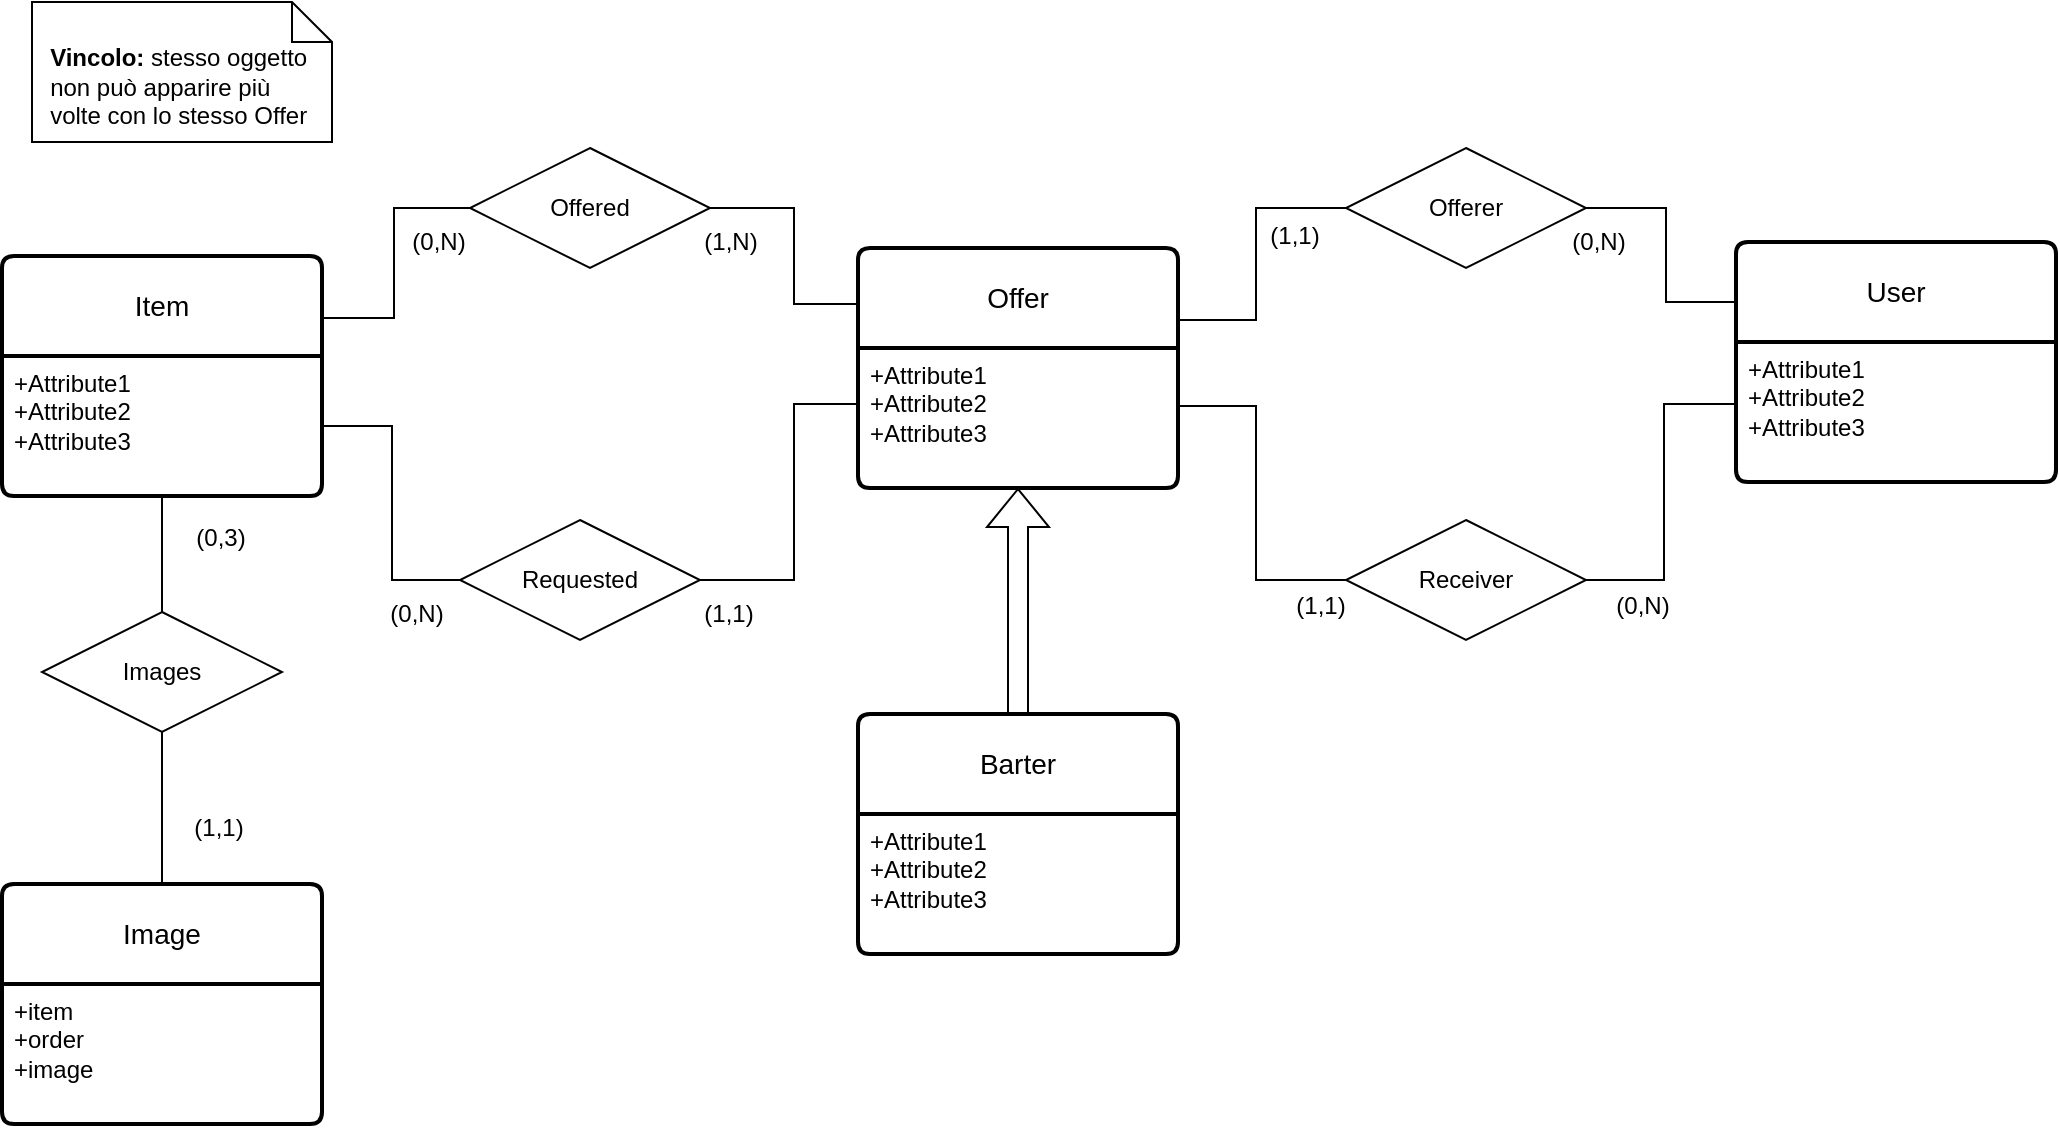
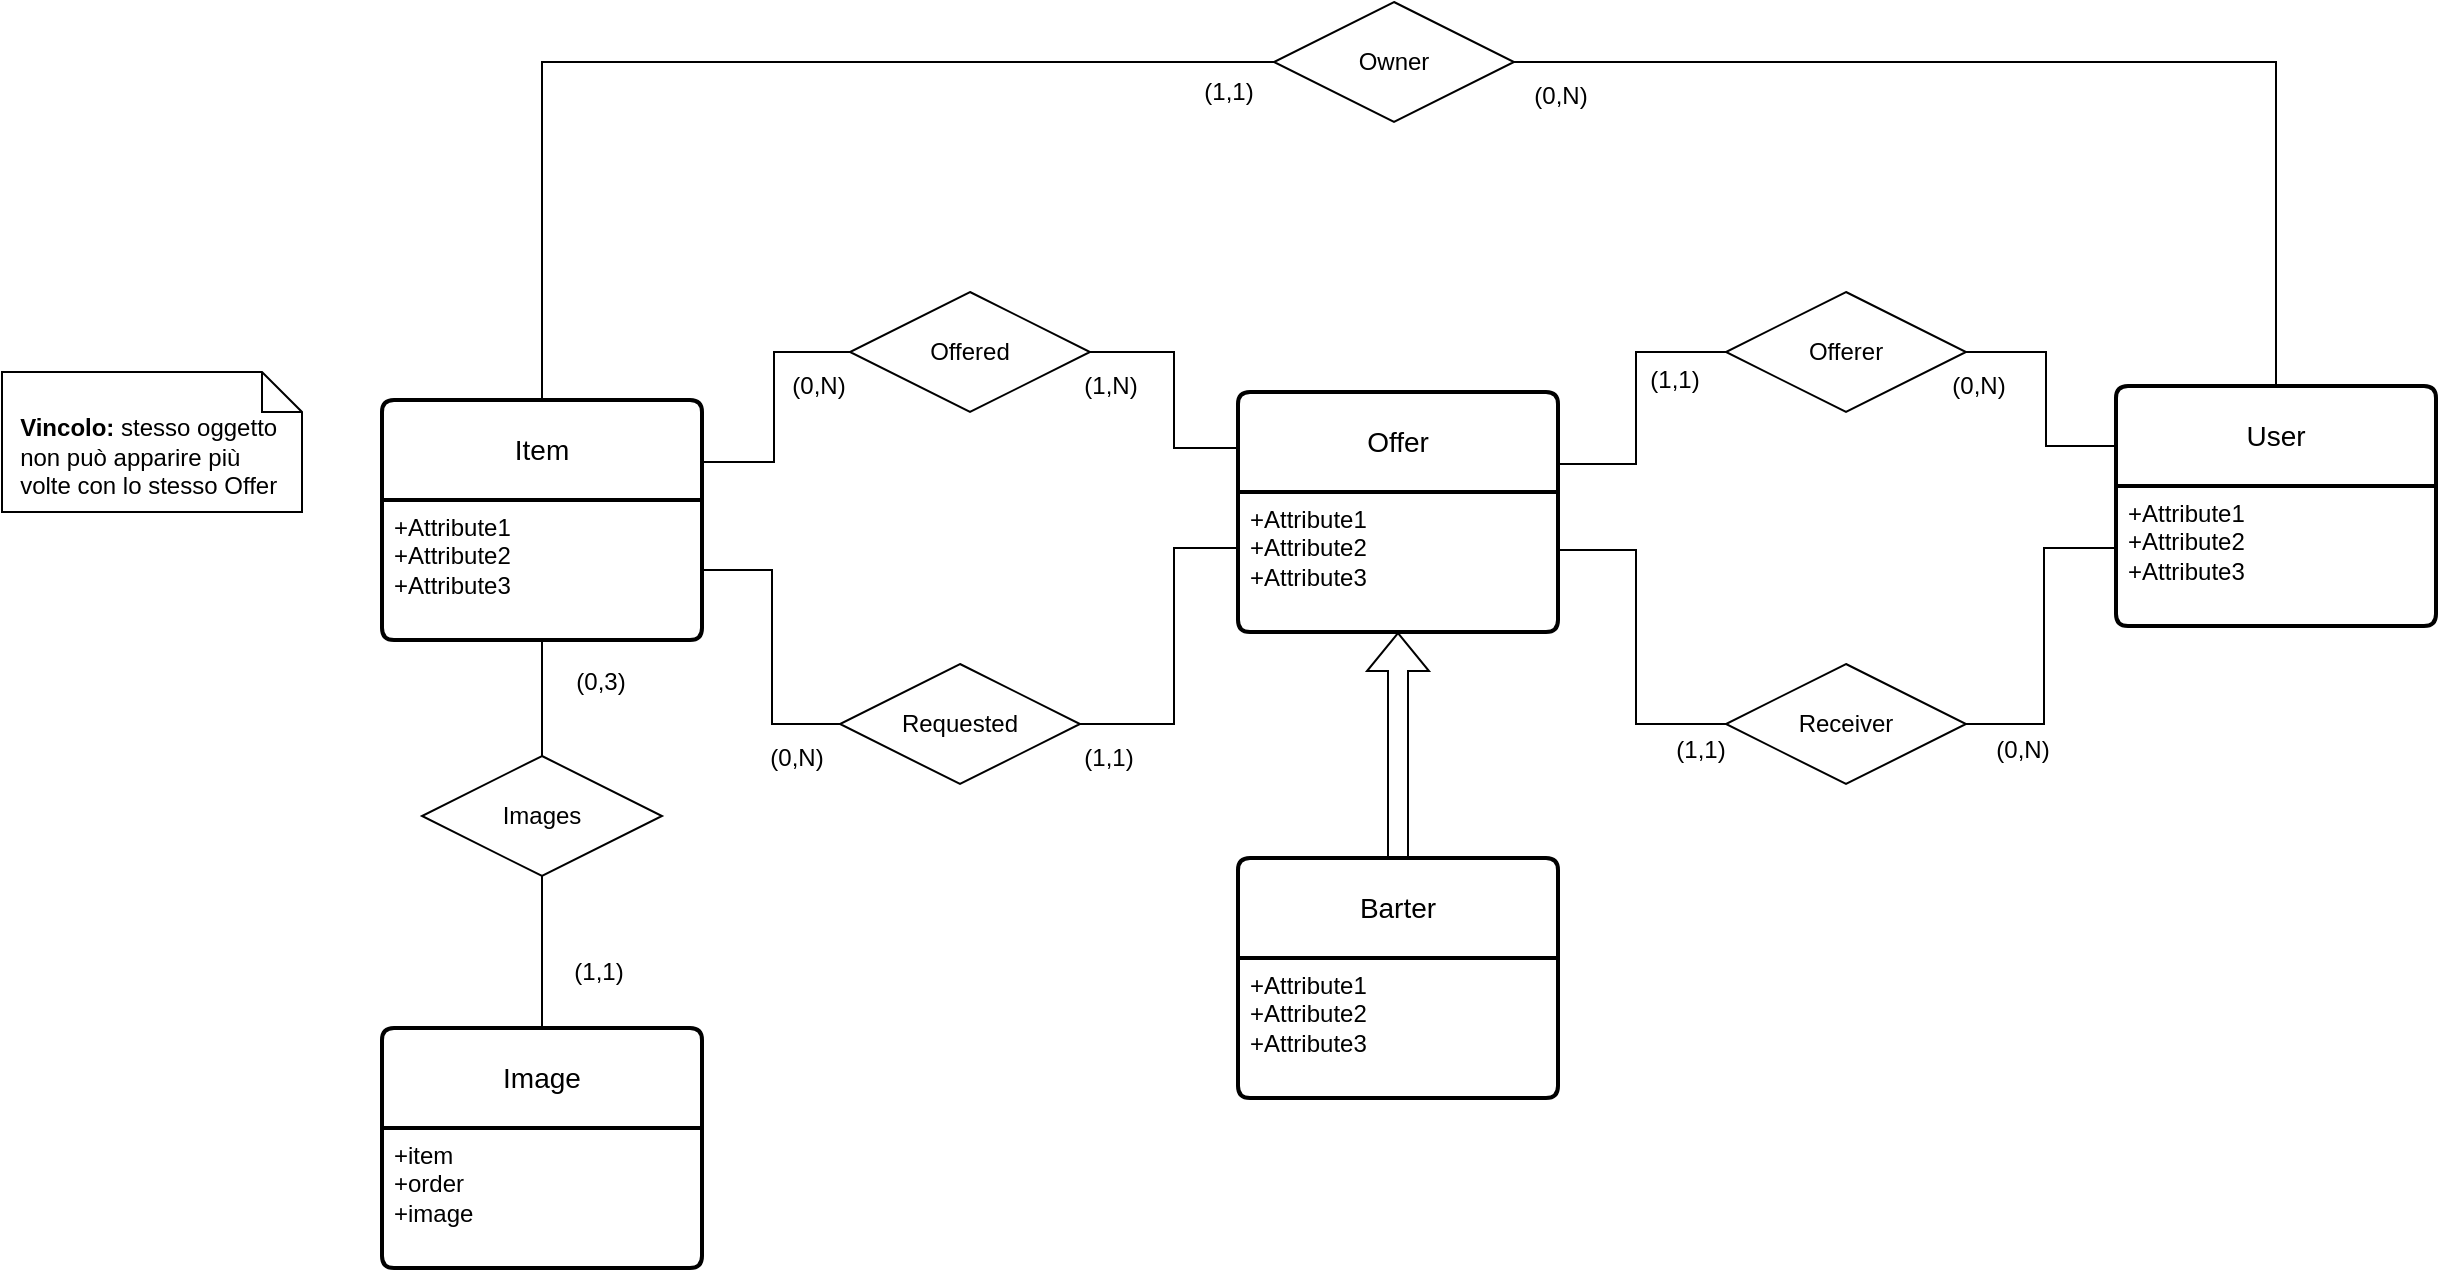
<mxfile host="app.diagrams.net" agent="Mozilla/5.0 (Windows NT 10.0; Win64; x64) AppleWebKit/537.36 (KHTML, like Gecko) Chrome/135.0.0.0 Safari/537.36 OPR/120.0.0.0" version="28.1.0">
  <diagram id="mgqwW-DtWwlVhOqlqvoX" name="Pagina-1">
    <mxGraphModel dx="2812" dy="1504" grid="0" gridSize="10" guides="1" tooltips="1" connect="1" arrows="1" fold="1" page="0" pageScale="1" pageWidth="827" pageHeight="1169" math="0" shadow="0">
      <root>
        <mxCell id="0" />
        <mxCell id="1" parent="0" />
        <mxCell id="o1DXEVKSGSJljAAY257b-2" value="Item" style="swimlane;childLayout=stackLayout;horizontal=1;startSize=50;horizontalStack=0;rounded=1;fontSize=14;fontStyle=0;strokeWidth=2;resizeParent=0;resizeLast=1;shadow=0;dashed=0;align=center;arcSize=4;whiteSpace=wrap;html=1;" parent="1" vertex="1">
          <mxGeometry x="-421" y="-85" width="160" height="120" as="geometry" />
        </mxCell>
        <mxCell id="o1DXEVKSGSJljAAY257b-3" value="+Attribute1&#xa;+Attribute2&#xa;+Attribute3" style="align=left;strokeColor=none;fillColor=none;spacingLeft=4;spacingRight=4;fontSize=12;verticalAlign=top;resizable=0;rotatable=0;part=1;html=1;whiteSpace=wrap;" parent="o1DXEVKSGSJljAAY257b-2" vertex="1">
          <mxGeometry y="50" width="160" height="70" as="geometry" />
        </mxCell>
        <mxCell id="o1DXEVKSGSJljAAY257b-4" value="User" style="swimlane;childLayout=stackLayout;horizontal=1;startSize=50;horizontalStack=0;rounded=1;fontSize=14;fontStyle=0;strokeWidth=2;resizeParent=0;resizeLast=1;shadow=0;dashed=0;align=center;arcSize=4;whiteSpace=wrap;html=1;" parent="1" vertex="1">
          <mxGeometry x="446" y="-92" width="160" height="120" as="geometry" />
        </mxCell>
        <mxCell id="o1DXEVKSGSJljAAY257b-5" value="+Attribute1&#xa;+Attribute2&#xa;+Attribute3" style="align=left;strokeColor=none;fillColor=none;spacingLeft=4;spacingRight=4;fontSize=12;verticalAlign=top;resizable=0;rotatable=0;part=1;html=1;whiteSpace=wrap;" parent="o1DXEVKSGSJljAAY257b-4" vertex="1">
          <mxGeometry y="50" width="160" height="70" as="geometry" />
        </mxCell>
        <mxCell id="o1DXEVKSGSJljAAY257b-6" value="Barter" style="swimlane;childLayout=stackLayout;horizontal=1;startSize=50;horizontalStack=0;rounded=1;fontSize=14;fontStyle=0;strokeWidth=2;resizeParent=0;resizeLast=1;shadow=0;dashed=0;align=center;arcSize=4;whiteSpace=wrap;html=1;" parent="1" vertex="1">
          <mxGeometry x="7" y="144" width="160" height="120" as="geometry" />
        </mxCell>
        <mxCell id="o1DXEVKSGSJljAAY257b-7" value="+Attribute1&#xa;+Attribute2&#xa;+Attribute3" style="align=left;strokeColor=none;fillColor=none;spacingLeft=4;spacingRight=4;fontSize=12;verticalAlign=top;resizable=0;rotatable=0;part=1;html=1;whiteSpace=wrap;" parent="o1DXEVKSGSJljAAY257b-6" vertex="1">
          <mxGeometry y="50" width="160" height="70" as="geometry" />
        </mxCell>
        <mxCell id="o1DXEVKSGSJljAAY257b-13" value="&lt;div style=&quot;text-align: justify;&quot;&gt;&lt;br&gt;&lt;/div&gt;&lt;div style=&quot;text-align: justify;&quot;&gt;&lt;span style=&quot;text-wrap-mode: nowrap; background-color: transparent; color: light-dark(rgb(0, 0, 0), rgb(255, 255, 255));&quot;&gt;&lt;b&gt;Vincolo:&lt;/b&gt; stesso oggetto&amp;nbsp;&lt;/span&gt;&lt;/div&gt;&lt;div style=&quot;text-align: justify;&quot;&gt;&lt;span style=&quot;text-wrap-mode: nowrap; background-color: transparent; color: light-dark(rgb(0, 0, 0), rgb(255, 255, 255));&quot;&gt;non può&amp;nbsp;&lt;/span&gt;&lt;span style=&quot;background-color: transparent; color: light-dark(rgb(0, 0, 0), rgb(255, 255, 255)); text-wrap-mode: nowrap;&quot;&gt;apparire più&amp;nbsp;&lt;/span&gt;&lt;/div&gt;&lt;div style=&quot;text-align: justify;&quot;&gt;&lt;span style=&quot;background-color: transparent; color: light-dark(rgb(0, 0, 0), rgb(255, 255, 255)); text-wrap-mode: nowrap;&quot;&gt;volte con lo stesso Offer&lt;/span&gt;&lt;/div&gt;" style="shape=note;size=20;whiteSpace=wrap;html=1;align=center;gradientColor=none;fillColor=default;container=0;fixDash=0;autosize=1;" parent="1" vertex="1">
-           <mxGeometry x="-406" y="-212" width="150" height="70" as="geometry" />
+           <mxGeometry x="-611" y="-99" width="150" height="70" as="geometry" />
        </mxCell>
        <mxCell id="o1DXEVKSGSJljAAY257b-29" value="" style="endArrow=none;html=1;rounded=0;edgeStyle=orthogonalEdgeStyle;" parent="1" source="o1DXEVKSGSJljAAY257b-2" target="o1DXEVKSGSJljAAY257b-61" edge="1">
          <mxGeometry relative="1" as="geometry">
            <mxPoint x="137" y="75" as="sourcePoint" />
            <mxPoint x="92" y="125" as="targetPoint" />
            <Array as="points">
              <mxPoint x="-225" y="-54" />
              <mxPoint x="-225" y="-109" />
            </Array>
          </mxGeometry>
        </mxCell>
        <mxCell id="o1DXEVKSGSJljAAY257b-30" value="(1,N)" style="text;html=1;align=center;verticalAlign=middle;resizable=0;points=[];autosize=1;strokeColor=none;fillColor=none;" parent="1" vertex="1">
          <mxGeometry x="-80" y="-105" width="45" height="26" as="geometry" />
        </mxCell>
        <mxCell id="o1DXEVKSGSJljAAY257b-31" value="(0,N)" style="text;html=1;align=center;verticalAlign=middle;resizable=0;points=[];autosize=1;strokeColor=none;fillColor=none;" parent="1" vertex="1">
          <mxGeometry x="-237" y="81" width="45" height="26" as="geometry" />
        </mxCell>
        <mxCell id="o1DXEVKSGSJljAAY257b-32" value="" style="endArrow=none;html=1;rounded=0;edgeStyle=orthogonalEdgeStyle;" parent="1" source="o1DXEVKSGSJljAAY257b-3" target="o1DXEVKSGSJljAAY257b-64" edge="1">
          <mxGeometry relative="1" as="geometry">
            <mxPoint x="-254" y="267" as="sourcePoint" />
            <mxPoint x="152" y="155" as="targetPoint" />
            <Array as="points">
              <mxPoint x="-226" />
              <mxPoint x="-226" y="77" />
            </Array>
          </mxGeometry>
        </mxCell>
        <mxCell id="o1DXEVKSGSJljAAY257b-33" value="(0,N)" style="text;html=1;align=center;verticalAlign=middle;resizable=0;points=[];autosize=1;strokeColor=none;fillColor=none;" parent="1" vertex="1">
          <mxGeometry x="-226" y="-105" width="45" height="26" as="geometry" />
        </mxCell>
        <mxCell id="o1DXEVKSGSJljAAY257b-34" value="(1,1)" style="text;html=1;align=center;verticalAlign=middle;resizable=0;points=[];autosize=1;strokeColor=none;fillColor=none;" parent="1" vertex="1">
          <mxGeometry x="-80" y="81" width="43" height="26" as="geometry" />
        </mxCell>
        <mxCell id="o1DXEVKSGSJljAAY257b-53" value="" style="endArrow=none;html=1;rounded=0;edgeStyle=orthogonalEdgeStyle;" parent="1" source="o1DXEVKSGSJljAAY257b-4" target="o1DXEVKSGSJljAAY257b-62" edge="1">
          <mxGeometry relative="1" as="geometry">
            <mxPoint x="466" y="72" as="sourcePoint" />
            <mxPoint x="212" y="125" as="targetPoint" />
            <Array as="points">
              <mxPoint x="410" y="-11" />
              <mxPoint x="410" y="77" />
            </Array>
          </mxGeometry>
        </mxCell>
        <mxCell id="o1DXEVKSGSJljAAY257b-54" value="" style="endArrow=none;html=1;rounded=0;edgeStyle=orthogonalEdgeStyle;" parent="1" source="o1DXEVKSGSJljAAY257b-4" target="o1DXEVKSGSJljAAY257b-63" edge="1">
          <mxGeometry relative="1" as="geometry">
            <mxPoint x="614" y="-8" as="sourcePoint" />
            <mxPoint x="152" y="95" as="targetPoint" />
            <Array as="points">
              <mxPoint x="411" y="-62" />
              <mxPoint x="411" y="-109" />
            </Array>
          </mxGeometry>
        </mxCell>
        <mxCell id="o1DXEVKSGSJljAAY257b-55" value="(0,N)" style="text;html=1;align=center;verticalAlign=middle;resizable=0;points=[];autosize=1;strokeColor=none;fillColor=none;" parent="1" vertex="1">
          <mxGeometry x="376" y="77" width="45" height="26" as="geometry" />
        </mxCell>
        <mxCell id="o1DXEVKSGSJljAAY257b-56" value="(0,N)" style="text;html=1;align=center;verticalAlign=middle;resizable=0;points=[];autosize=1;strokeColor=none;fillColor=none;" parent="1" vertex="1">
          <mxGeometry x="354" y="-105" width="45" height="26" as="geometry" />
        </mxCell>
        <mxCell id="o1DXEVKSGSJljAAY257b-57" value="(1,1)" style="text;html=1;align=center;verticalAlign=middle;resizable=0;points=[];autosize=1;strokeColor=none;fillColor=none;" parent="1" vertex="1">
          <mxGeometry x="203" y="-108" width="43" height="26" as="geometry" />
        </mxCell>
        <mxCell id="o1DXEVKSGSJljAAY257b-58" value="(1,1)" style="text;html=1;align=center;verticalAlign=middle;resizable=0;points=[];autosize=1;strokeColor=none;fillColor=none;" parent="1" vertex="1">
          <mxGeometry x="216" y="77" width="43" height="26" as="geometry" />
        </mxCell>
        <mxCell id="o1DXEVKSGSJljAAY257b-59" value="Offer" style="swimlane;childLayout=stackLayout;horizontal=1;startSize=50;horizontalStack=0;rounded=1;fontSize=14;fontStyle=0;strokeWidth=2;resizeParent=0;resizeLast=1;shadow=0;dashed=0;align=center;arcSize=4;whiteSpace=wrap;html=1;" parent="1" vertex="1">
          <mxGeometry x="7" y="-89" width="160" height="120" as="geometry" />
        </mxCell>
        <mxCell id="o1DXEVKSGSJljAAY257b-60" value="+Attribute1&#xa;+Attribute2&#xa;+Attribute3" style="align=left;strokeColor=none;fillColor=none;spacingLeft=4;spacingRight=4;fontSize=12;verticalAlign=top;resizable=0;rotatable=0;part=1;html=1;whiteSpace=wrap;" parent="o1DXEVKSGSJljAAY257b-59" vertex="1">
          <mxGeometry y="50" width="160" height="70" as="geometry" />
        </mxCell>
        <mxCell id="o1DXEVKSGSJljAAY257b-61" value="Offered" style="shape=rhombus;perimeter=rhombusPerimeter;whiteSpace=wrap;html=1;align=center;" parent="1" vertex="1">
          <mxGeometry x="-187" y="-139" width="120" height="60" as="geometry" />
        </mxCell>
        <mxCell id="o1DXEVKSGSJljAAY257b-62" value="Receiver" style="shape=rhombus;perimeter=rhombusPerimeter;whiteSpace=wrap;html=1;align=center;" parent="1" vertex="1">
          <mxGeometry x="251" y="47" width="120" height="60" as="geometry" />
        </mxCell>
        <mxCell id="o1DXEVKSGSJljAAY257b-63" value="Offerer" style="shape=rhombus;perimeter=rhombusPerimeter;whiteSpace=wrap;html=1;align=center;" parent="1" vertex="1">
          <mxGeometry x="251" y="-139" width="120" height="60" as="geometry" />
        </mxCell>
        <mxCell id="o1DXEVKSGSJljAAY257b-64" value="Requested" style="shape=rhombus;perimeter=rhombusPerimeter;whiteSpace=wrap;html=1;align=center;" parent="1" vertex="1">
          <mxGeometry x="-192" y="47" width="120" height="60" as="geometry" />
        </mxCell>
        <mxCell id="o1DXEVKSGSJljAAY257b-65" value="" style="endArrow=none;html=1;rounded=0;edgeStyle=orthogonalEdgeStyle;" parent="1" source="o1DXEVKSGSJljAAY257b-64" target="o1DXEVKSGSJljAAY257b-59" edge="1">
          <mxGeometry relative="1" as="geometry">
            <mxPoint x="-228" y="273" as="sourcePoint" />
            <mxPoint x="-190" y="434" as="targetPoint" />
            <Array as="points">
              <mxPoint x="-25" y="77" />
              <mxPoint x="-25" y="-11" />
            </Array>
          </mxGeometry>
        </mxCell>
        <mxCell id="o1DXEVKSGSJljAAY257b-66" value="" style="endArrow=none;html=1;rounded=0;edgeStyle=orthogonalEdgeStyle;" parent="1" source="o1DXEVKSGSJljAAY257b-61" target="o1DXEVKSGSJljAAY257b-59" edge="1">
          <mxGeometry relative="1" as="geometry">
            <mxPoint x="102" y="342" as="sourcePoint" />
            <mxPoint x="203" y="428" as="targetPoint" />
            <Array as="points">
              <mxPoint x="-25" y="-109" />
              <mxPoint x="-25" y="-61" />
            </Array>
          </mxGeometry>
        </mxCell>
        <mxCell id="o1DXEVKSGSJljAAY257b-67" value="" style="endArrow=none;html=1;rounded=0;edgeStyle=orthogonalEdgeStyle;" parent="1" source="o1DXEVKSGSJljAAY257b-59" target="o1DXEVKSGSJljAAY257b-63" edge="1">
          <mxGeometry relative="1" as="geometry">
            <mxPoint x="710" y="320" as="sourcePoint" />
            <mxPoint x="784" y="265" as="targetPoint" />
            <Array as="points">
              <mxPoint x="206" y="-53" />
              <mxPoint x="206" y="-109" />
            </Array>
          </mxGeometry>
        </mxCell>
        <mxCell id="o1DXEVKSGSJljAAY257b-68" value="" style="endArrow=none;html=1;rounded=0;edgeStyle=orthogonalEdgeStyle;" parent="1" source="o1DXEVKSGSJljAAY257b-59" target="o1DXEVKSGSJljAAY257b-62" edge="1">
          <mxGeometry relative="1" as="geometry">
            <mxPoint x="173" y="289" as="sourcePoint" />
            <mxPoint x="250" y="209" as="targetPoint" />
            <Array as="points">
              <mxPoint x="206" y="-10" />
              <mxPoint x="206" y="77" />
            </Array>
          </mxGeometry>
        </mxCell>
        <mxCell id="o1DXEVKSGSJljAAY257b-69" value="" style="shape=flexArrow;endArrow=classic;html=1;rounded=0;" parent="1" source="o1DXEVKSGSJljAAY257b-6" target="o1DXEVKSGSJljAAY257b-59" edge="1">
          <mxGeometry width="50" height="50" relative="1" as="geometry">
            <mxPoint x="142" y="86" as="sourcePoint" />
            <mxPoint x="192" y="36" as="targetPoint" />
          </mxGeometry>
        </mxCell>
        <mxCell id="5Xf_sm0yR23MlKZTiJ87-1" value="Images" style="shape=rhombus;perimeter=rhombusPerimeter;whiteSpace=wrap;html=1;align=center;" vertex="1" parent="1">
          <mxGeometry x="-401" y="93" width="120" height="60" as="geometry" />
        </mxCell>
        <mxCell id="5Xf_sm0yR23MlKZTiJ87-2" value="Image" style="swimlane;childLayout=stackLayout;horizontal=1;startSize=50;horizontalStack=0;rounded=1;fontSize=14;fontStyle=0;strokeWidth=2;resizeParent=0;resizeLast=1;shadow=0;dashed=0;align=center;arcSize=4;whiteSpace=wrap;html=1;" vertex="1" parent="1">
          <mxGeometry x="-421" y="229" width="160" height="120" as="geometry" />
        </mxCell>
        <mxCell id="5Xf_sm0yR23MlKZTiJ87-3" value="+item&lt;div&gt;+order&lt;/div&gt;&lt;div&gt;+image&lt;/div&gt;" style="align=left;strokeColor=none;fillColor=none;spacingLeft=4;spacingRight=4;fontSize=12;verticalAlign=top;resizable=0;rotatable=0;part=1;html=1;whiteSpace=wrap;" vertex="1" parent="5Xf_sm0yR23MlKZTiJ87-2">
          <mxGeometry y="50" width="160" height="70" as="geometry" />
        </mxCell>
        <mxCell id="5Xf_sm0yR23MlKZTiJ87-4" value="" style="endArrow=none;html=1;rounded=0;edgeStyle=orthogonalEdgeStyle;" edge="1" parent="1" source="o1DXEVKSGSJljAAY257b-2" target="5Xf_sm0yR23MlKZTiJ87-1">
          <mxGeometry relative="1" as="geometry">
            <mxPoint x="-628" y="85" as="sourcePoint" />
            <mxPoint x="-559" y="162" as="targetPoint" />
          </mxGeometry>
        </mxCell>
        <mxCell id="5Xf_sm0yR23MlKZTiJ87-6" value="" style="endArrow=none;html=1;rounded=0;edgeStyle=orthogonalEdgeStyle;" edge="1" parent="1" source="5Xf_sm0yR23MlKZTiJ87-1" target="5Xf_sm0yR23MlKZTiJ87-2">
          <mxGeometry relative="1" as="geometry">
            <mxPoint x="-282" y="206" as="sourcePoint" />
            <mxPoint x="-282" y="293" as="targetPoint" />
          </mxGeometry>
        </mxCell>
        <mxCell id="5Xf_sm0yR23MlKZTiJ87-7" value="(1,1)" style="text;html=1;align=center;verticalAlign=middle;resizable=0;points=[];autosize=1;strokeColor=none;fillColor=none;" vertex="1" parent="1">
          <mxGeometry x="-335" y="188" width="43" height="26" as="geometry" />
        </mxCell>
        <mxCell id="5Xf_sm0yR23MlKZTiJ87-8" value="(0,3)" style="text;html=1;align=center;verticalAlign=middle;resizable=0;points=[];autosize=1;strokeColor=none;fillColor=none;" vertex="1" parent="1">
          <mxGeometry x="-334" y="43" width="43" height="26" as="geometry" />
        </mxCell>
+         <mxCell id="5Xf_sm0yR23MlKZTiJ87-9" value="Owner" style="shape=rhombus;perimeter=rhombusPerimeter;whiteSpace=wrap;html=1;align=center;" vertex="1" parent="1">
+           <mxGeometry x="25" y="-284" width="120" height="60" as="geometry" />
+         </mxCell>
+         <mxCell id="5Xf_sm0yR23MlKZTiJ87-10" value="" style="endArrow=none;html=1;rounded=0;edgeStyle=orthogonalEdgeStyle;" edge="1" parent="1" source="5Xf_sm0yR23MlKZTiJ87-9" target="o1DXEVKSGSJljAAY257b-4">
+           <mxGeometry relative="1" as="geometry">
+             <mxPoint x="145" y="-332" as="sourcePoint" />
+             <mxPoint x="219" y="-284" as="targetPoint" />
+           </mxGeometry>
+         </mxCell>
+         <mxCell id="5Xf_sm0yR23MlKZTiJ87-11" value="" style="endArrow=none;html=1;rounded=0;edgeStyle=orthogonalEdgeStyle;" edge="1" parent="1" source="o1DXEVKSGSJljAAY257b-2" target="5Xf_sm0yR23MlKZTiJ87-9">
+           <mxGeometry relative="1" as="geometry">
+             <mxPoint x="8" y="-354" as="sourcePoint" />
+             <mxPoint x="82" y="-306" as="targetPoint" />
+             <Array as="points">
+               <mxPoint x="-341" y="-254" />
+             </Array>
+           </mxGeometry>
+         </mxCell>
+         <mxCell id="5Xf_sm0yR23MlKZTiJ87-12" value="(1,1)" style="text;html=1;align=center;verticalAlign=middle;resizable=0;points=[];autosize=1;strokeColor=none;fillColor=none;" vertex="1" parent="1">
+           <mxGeometry x="-20" y="-252" width="43" height="26" as="geometry" />
+         </mxCell>
+         <mxCell id="5Xf_sm0yR23MlKZTiJ87-13" value="(0,N)" style="text;html=1;align=center;verticalAlign=middle;resizable=0;points=[];autosize=1;strokeColor=none;fillColor=none;" vertex="1" parent="1">
+           <mxGeometry x="145" y="-250" width="45" height="26" as="geometry" />
+         </mxCell>
      </root>
    </mxGraphModel>
  </diagram>
</mxfile>
